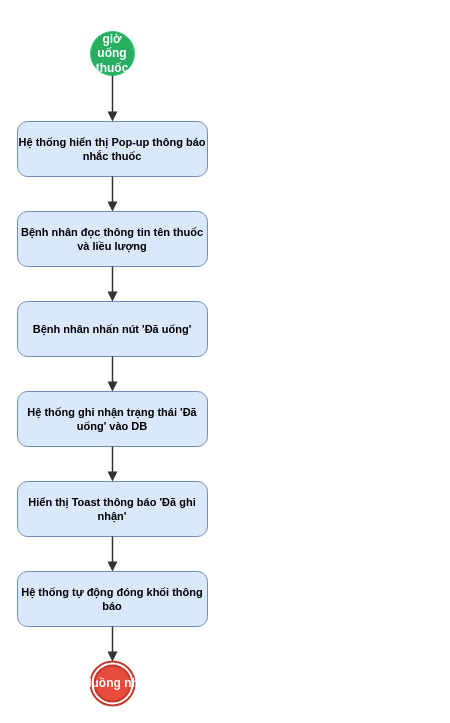
This is bt2.drawio from IT105-K25-Phan-tich-thi-t-k-h-th-ng/bt2ss14, a draw.io file, before an edit. Source tidied: cells renumbered, new cells numbered last; positions are measured from the earlier drawing's top-left corner, leaving out a move shared by most shapes. Both pictures are drawn from the tidied source at 100%, with x=0, y=0 at pixel (17, 31).
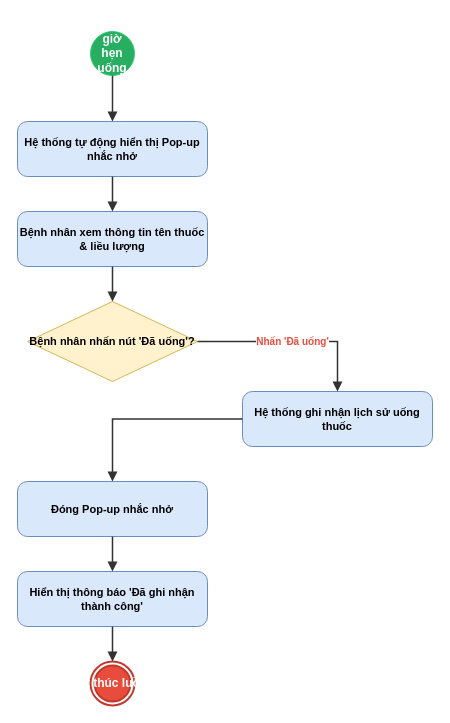
The same page after the edit.

Diff of the diagram source:
```diff
@@
 <mxGraphModel>
   <root>
     <mxCell id="0" />
     <mxCell id="1" parent="0" />
-    <mxCell id="2" value="Đến giờ uống thuốc đã hẹn" style="ellipse;whiteSpace=wrap;html=1;fillColor=#27ae60;strokeColor=#2ecc71;fontColor=#ffffff;fontStyle=1;" parent="1" vertex="1">
+    <mxCell id="2" value="Đến giờ hẹn uống thuốc" style="ellipse;whiteSpace=wrap;html=1;fillColor=#27ae60;strokeColor=#2ecc71;fontColor=#ffffff;fontStyle=1;" parent="1" vertex="1">
       <mxGeometry x="73" width="44" height="44" as="geometry" />
     </mxCell>
-    <mxCell id="3" value="Hệ thống hiển thị Pop-up thông báo nhắc thuốc" style="rounded=1;whiteSpace=wrap;html=1;fillColor=#dae8fc;strokeColor=#6c8ebf;fontStyle=1;fontSize=11;arcSize=18;" parent="1" vertex="1">
-      <mxGeometry y="90" width="190" height="55" as="geometry" />
-    </mxCell>
-    <mxCell id="4" value="Bệnh nhân đọc thông tin tên thuốc và liều lượng" style="rounded=1;whiteSpace=wrap;html=1;fillColor=#dae8fc;strokeColor=#6c8ebf;fontStyle=1;fontSize=11;arcSize=18;" parent="1" vertex="1">
-      <mxGeometry y="180" width="190" height="55" as="geometry" />
-    </mxCell>
-    <mxCell id="5" value="Bệnh nhân nhấn nút 'Đã uống'" style="rounded=1;whiteSpace=wrap;html=1;fillColor=#dae8fc;strokeColor=#6c8ebf;fontStyle=1;fontSize=11;arcSize=18;" parent="1" vertex="1">
-      <mxGeometry y="270" width="190" height="55" as="geometry" />
-    </mxCell>
-    <mxCell id="6" value="Hệ thống ghi nhận trạng thái 'Đã uống' vào DB" style="rounded=1;whiteSpace=wrap;html=1;fillColor=#dae8fc;strokeColor=#6c8ebf;fontStyle=1;fontSize=11;arcSize=18;" parent="1" vertex="1">
-      <mxGeometry y="360" width="190" height="55" as="geometry" />
-    </mxCell>
-    <mxCell id="7" value="Hiển thị Toast thông báo 'Đã ghi nhận'" style="rounded=1;whiteSpace=wrap;html=1;fillColor=#dae8fc;strokeColor=#6c8ebf;fontStyle=1;fontSize=11;arcSize=18;" parent="1" vertex="1">
-      <mxGeometry y="450" width="190" height="55" as="geometry" />
-    </mxCell>
-    <mxCell id="8" value="Hệ thống tự động đóng khối thông báo" style="rounded=1;whiteSpace=wrap;html=1;fillColor=#dae8fc;strokeColor=#6c8ebf;fontStyle=1;fontSize=11;arcSize=18;" parent="1" vertex="1">
-      <mxGeometry y="540" width="190" height="55" as="geometry" />
-    </mxCell>
+    <mxCell id="17" value="Hệ thống tự động hiển thị Pop-up nhắc nhở" style="rounded=1;whiteSpace=wrap;html=1;fillColor=#dae8fc;strokeColor=#6c8ebf;fontStyle=1;fontSize=11;arcSize=18;" parent="1" vertex="1">
+      <mxGeometry y="90" width="190" height="55" as="geometry" />
+    </mxCell>
+    <mxCell id="18" value="Bệnh nhân xem thông tin tên thuốc &amp; liều lượng" style="rounded=1;whiteSpace=wrap;html=1;fillColor=#dae8fc;strokeColor=#6c8ebf;fontStyle=1;fontSize=11;arcSize=18;" parent="1" vertex="1">
+      <mxGeometry y="180" width="190" height="55" as="geometry" />
+    </mxCell>
+    <mxCell id="19" value="Bệnh nhân nhấn nút 'Đã uống'?" style="rhombus;whiteSpace=wrap;html=1;fillColor=#fff2cc;strokeColor=#d6b656;fontStyle=1;fontSize=11;spacing=2;" parent="1" vertex="1">
+      <mxGeometry x="10" y="270" width="170" height="80" as="geometry" />
+    </mxCell>
+    <mxCell id="20" value="Hệ thống ghi nhận lịch sử uống thuốc" style="rounded=1;whiteSpace=wrap;html=1;fillColor=#dae8fc;strokeColor=#6c8ebf;fontStyle=1;fontSize=11;arcSize=18;" parent="1" vertex="1">
+      <mxGeometry x="225" y="360" width="190" height="55" as="geometry" />
+    </mxCell>
+    <mxCell id="21" value="Đóng Pop-up nhắc nhở" style="rounded=1;whiteSpace=wrap;html=1;fillColor=#dae8fc;strokeColor=#6c8ebf;fontStyle=1;fontSize=11;arcSize=18;" parent="1" vertex="1">
+      <mxGeometry y="450" width="190" height="55" as="geometry" />
+    </mxCell>
+    <mxCell id="22" value="Hiển thị thông báo 'Đã ghi nhận thành công'" style="rounded=1;whiteSpace=wrap;html=1;fillColor=#dae8fc;strokeColor=#6c8ebf;fontStyle=1;fontSize=11;arcSize=18;" parent="1" vertex="1">
+      <mxGeometry y="540" width="190" height="55" as="geometry" />
+    </mxCell>
-    <mxCell id="9" value="Hoàn tất luồng nhắc thuốc" style="ellipse;html=1;shape=endState;fillColor=#e74c3c;strokeColor=#c0392b;strokeWidth=2;fontColor=#ffffff;fontStyle=1;" parent="1" vertex="1">
+    <mxCell id="9" value="Kết thúc luồng" style="ellipse;html=1;shape=endState;fillColor=#e74c3c;strokeColor=#c0392b;strokeWidth=2;fontColor=#ffffff;fontStyle=1;" parent="1" vertex="1">
       <mxGeometry x="73" y="630" width="44" height="44" as="geometry" />
     </mxCell>
-    <mxCell id="10" style="edgeStyle=orthogonalEdgeStyle;rounded=0;jettySize=auto;html=1;strokeWidth=1.5;strokeColor=#333333;endArrow=block;endFill=1;fontSize=10;fontColor=#e74c3c;fontStyle=1;" parent="1" edge="1" source="2" target="3">
+    <mxCell id="10" style="edgeStyle=orthogonalEdgeStyle;rounded=0;jettySize=auto;html=1;strokeWidth=1.5;strokeColor=#333333;endArrow=block;endFill=1;fontSize=10;fontColor=#e74c3c;fontStyle=1;" parent="1" edge="1" source="2" target="17">
       <mxGeometry relative="1" as="geometry" />
     </mxCell>
-    <mxCell id="11" style="edgeStyle=orthogonalEdgeStyle;rounded=0;jettySize=auto;html=1;strokeWidth=1.5;strokeColor=#333333;endArrow=block;endFill=1;fontSize=10;fontColor=#e74c3c;fontStyle=1;" parent="1" edge="1" source="3" target="4">
+    <mxCell id="11" style="edgeStyle=orthogonalEdgeStyle;rounded=0;jettySize=auto;html=1;strokeWidth=1.5;strokeColor=#333333;endArrow=block;endFill=1;fontSize=10;fontColor=#e74c3c;fontStyle=1;" parent="1" edge="1" source="17" target="18">
       <mxGeometry relative="1" as="geometry" />
     </mxCell>
-    <mxCell id="12" style="edgeStyle=orthogonalEdgeStyle;rounded=0;jettySize=auto;html=1;strokeWidth=1.5;strokeColor=#333333;endArrow=block;endFill=1;fontSize=10;fontColor=#e74c3c;fontStyle=1;" parent="1" edge="1" source="4" target="5">
+    <mxCell id="12" style="edgeStyle=orthogonalEdgeStyle;rounded=0;jettySize=auto;html=1;strokeWidth=1.5;strokeColor=#333333;endArrow=block;endFill=1;fontSize=10;fontColor=#e74c3c;fontStyle=1;" parent="1" edge="1" source="18" target="19">
       <mxGeometry relative="1" as="geometry" />
     </mxCell>
-    <mxCell id="13" style="edgeStyle=orthogonalEdgeStyle;rounded=0;jettySize=auto;html=1;strokeWidth=1.5;strokeColor=#333333;endArrow=block;endFill=1;fontSize=10;fontColor=#e74c3c;fontStyle=1;" parent="1" edge="1" source="5" target="6">
+    <mxCell id="13" value="Nhấn 'Đã uống'" style="edgeStyle=orthogonalEdgeStyle;rounded=0;jettySize=auto;html=1;strokeWidth=1.5;strokeColor=#333333;endArrow=block;endFill=1;fontSize=10;fontColor=#e74c3c;fontStyle=1;" parent="1" edge="1" source="19" target="20">
       <mxGeometry relative="1" as="geometry" />
     </mxCell>
-    <mxCell id="14" style="edgeStyle=orthogonalEdgeStyle;rounded=0;jettySize=auto;html=1;strokeWidth=1.5;strokeColor=#333333;endArrow=block;endFill=1;fontSize=10;fontColor=#e74c3c;fontStyle=1;" parent="1" edge="1" source="6" target="7">
+    <mxCell id="14" style="edgeStyle=orthogonalEdgeStyle;rounded=0;jettySize=auto;html=1;strokeWidth=1.5;strokeColor=#333333;endArrow=block;endFill=1;fontSize=10;fontColor=#e74c3c;fontStyle=1;" parent="1" edge="1" source="20" target="21">
       <mxGeometry relative="1" as="geometry" />
     </mxCell>
-    <mxCell id="15" style="edgeStyle=orthogonalEdgeStyle;rounded=0;jettySize=auto;html=1;strokeWidth=1.5;strokeColor=#333333;endArrow=block;endFill=1;fontSize=10;fontColor=#e74c3c;fontStyle=1;" parent="1" edge="1" source="7" target="8">
+    <mxCell id="15" style="edgeStyle=orthogonalEdgeStyle;rounded=0;jettySize=auto;html=1;strokeWidth=1.5;strokeColor=#333333;endArrow=block;endFill=1;fontSize=10;fontColor=#e74c3c;fontStyle=1;" parent="1" edge="1" source="21" target="22">
       <mxGeometry relative="1" as="geometry" />
     </mxCell>
-    <mxCell id="16" style="edgeStyle=orthogonalEdgeStyle;rounded=0;jettySize=auto;html=1;strokeWidth=1.5;strokeColor=#333333;endArrow=block;endFill=1;fontSize=10;fontColor=#e74c3c;fontStyle=1;" parent="1" edge="1" source="8" target="9">
+    <mxCell id="16" style="edgeStyle=orthogonalEdgeStyle;rounded=0;jettySize=auto;html=1;strokeWidth=1.5;strokeColor=#333333;endArrow=block;endFill=1;fontSize=10;fontColor=#e74c3c;fontStyle=1;" parent="1" edge="1" source="22" target="9">
       <mxGeometry relative="1" as="geometry" />
     </mxCell>
   </root>
 </mxGraphModel>
```
